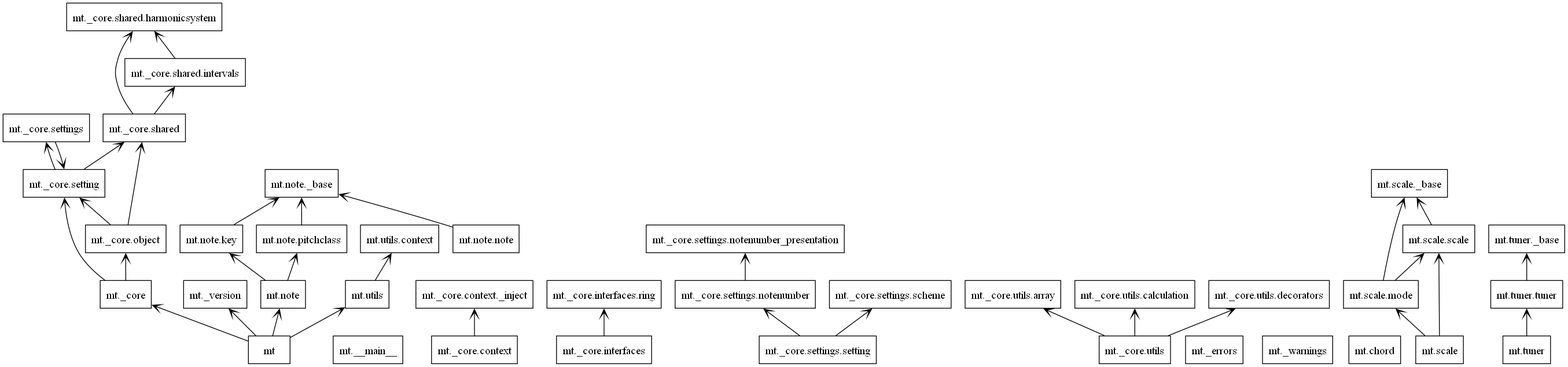
The PlantUML diagram documents/design/class-diagram/packages.png in Oujox/aulos, before a commit. Its source is kept beside it as documents/design/class-diagram/packages.puml.
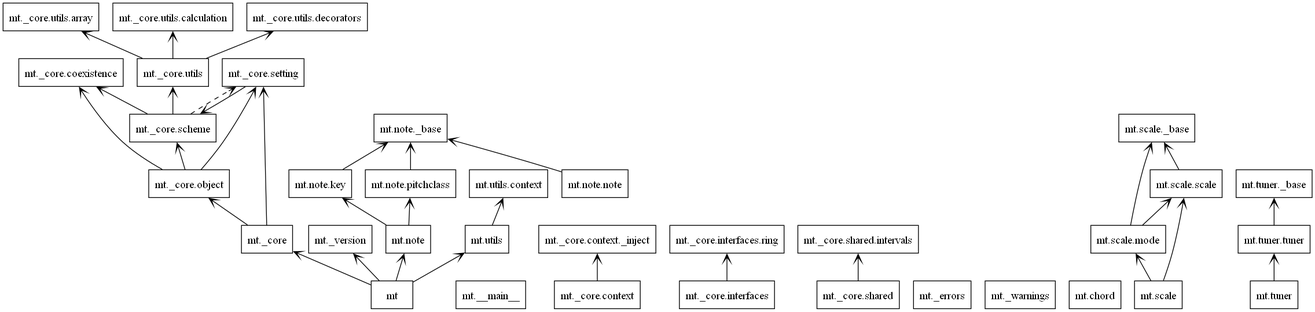
Above is the later version.

Commit message:
class diagram

Change to the diagram source:
```diff
@@ -5,6 +5,8 @@
 package "mt.__main__" as mt.__main__ {
 }
 package "mt._core" as mt._core {
+}
+package "mt._core.coexistence" as mt._core.coexistence {
 }
 package "mt._core.context" as mt._core.context {
 }
@@ -16,21 +18,11 @@
 }
 package "mt._core.object" as mt._core.object {
 }
+package "mt._core.scheme" as mt._core.scheme {
+}
 package "mt._core.setting" as mt._core.setting {
 }
-package "mt._core.settings" as mt._core.settings {
-}
-package "mt._core.settings.notenumber" as mt._core.settings.notenumber {
-}
-package "mt._core.settings.notenumber_presentation" as mt._core.settings.notenumber_presentation {
-}
-package "mt._core.settings.scheme" as mt._core.settings.scheme {
-}
-package "mt._core.settings.setting" as mt._core.settings.setting {
-}
 package "mt._core.shared" as mt._core.shared {
-}
-package "mt._core.shared.harmonicsystem" as mt._core.shared.harmonicsystem {
 }
 package "mt._core.shared.intervals" as mt._core.shared.intervals {
 }
@@ -86,17 +78,13 @@
 mt._core --> mt._core.setting
 mt._core.context --> mt._core.context._inject
 mt._core.interfaces --> mt._core.interfaces.ring
+mt._core.object --> mt._core.coexistence
+mt._core.object --> mt._core.scheme
 mt._core.object --> mt._core.setting
-mt._core.object --> mt._core.shared
-mt._core.setting --> mt._core.settings
-mt._core.setting --> mt._core.shared
-mt._core.settings --> mt._core.setting
-mt._core.settings.notenumber --> mt._core.settings.notenumber_presentation
-mt._core.settings.setting --> mt._core.settings.notenumber
-mt._core.settings.setting --> mt._core.settings.scheme
-mt._core.shared --> mt._core.shared.harmonicsystem
+mt._core.scheme --> mt._core.coexistence
+mt._core.scheme --> mt._core.utils
+mt._core.setting --> mt._core.scheme
 mt._core.shared --> mt._core.shared.intervals
-mt._core.shared.intervals --> mt._core.shared.harmonicsystem
 mt._core.utils --> mt._core.utils.array
 mt._core.utils --> mt._core.utils.calculation
 mt._core.utils --> mt._core.utils.decorators
@@ -113,4 +101,5 @@
 mt.tuner --> mt.tuner.tuner
 mt.tuner.tuner --> mt.tuner._base
 mt.utils --> mt.utils.context
+mt._core.scheme ..> mt._core.setting
 @enduml
```
